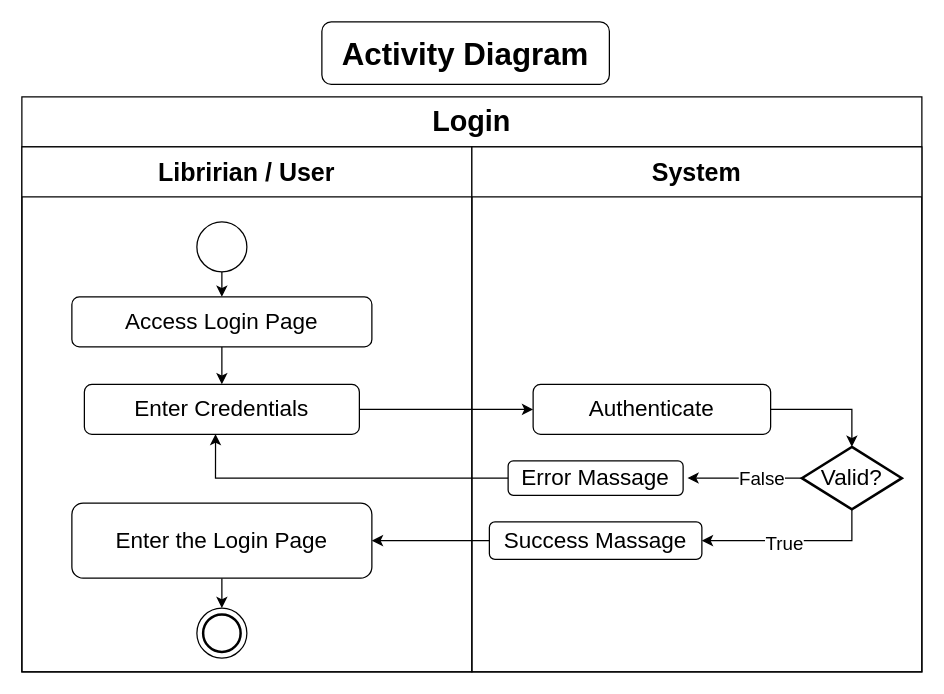
Earlier version of the draw.io diagram page "login_activity" (3 of 4) of config-learn.drawio (Anggieta2/konfigure_BE-learn). Source tidied: cells renumbered, new cells numbered last; positions are measured from the earlier drawing's top-left corner, leaving out a move shared by most shapes. Both pictures are drawn from the tidied source at 125%, with x=0, y=0 at pixel (21, 21).
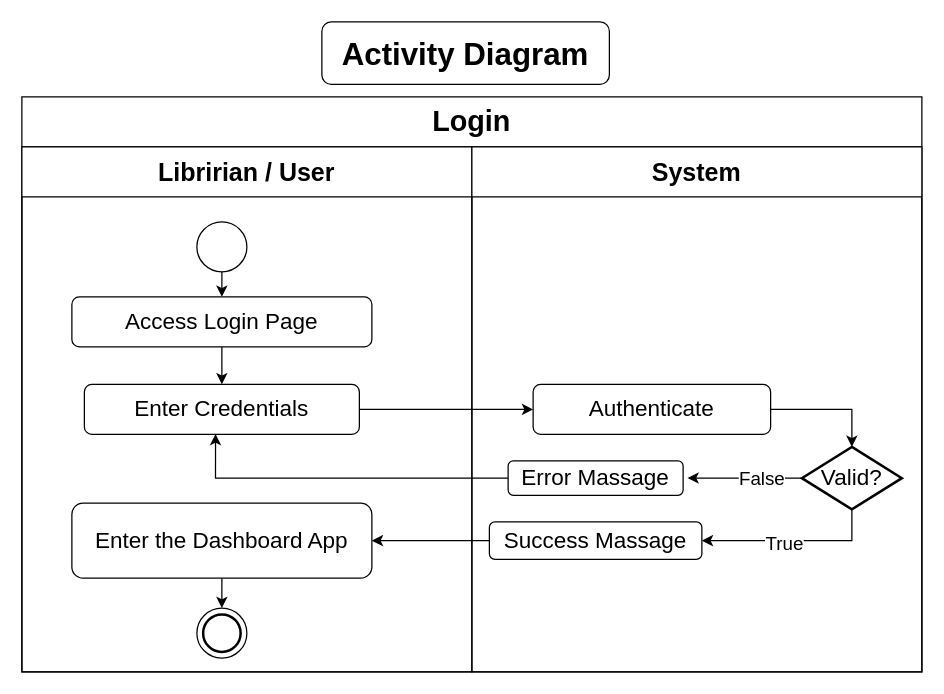
The same page after the edit.

Unchanged cells that the change refers to:
```xml
<mxCell id="3" value="&lt;font style=&quot;font-size: 20px;&quot;&gt;Libririan / User&lt;/font&gt;" style="swimlane;whiteSpace=wrap;html=1;startSize=40;" parent="2" vertex="1">
  <mxGeometry y="40" width="360" height="420" as="geometry" />
</mxCell>
```

What changed in the source:
```diff
@@
-    <mxCell id="11" value="Enter the Login Page" style="rounded=1;whiteSpace=wrap;html=1;fontSize=18;" parent="3" vertex="1">
+    <mxCell id="11" value="Enter the Dashboard App" style="rounded=1;whiteSpace=wrap;html=1;fontSize=18;" parent="3" vertex="1">
       <mxGeometry x="40" y="285" width="240" height="60" as="geometry" />
     </mxCell>
```
